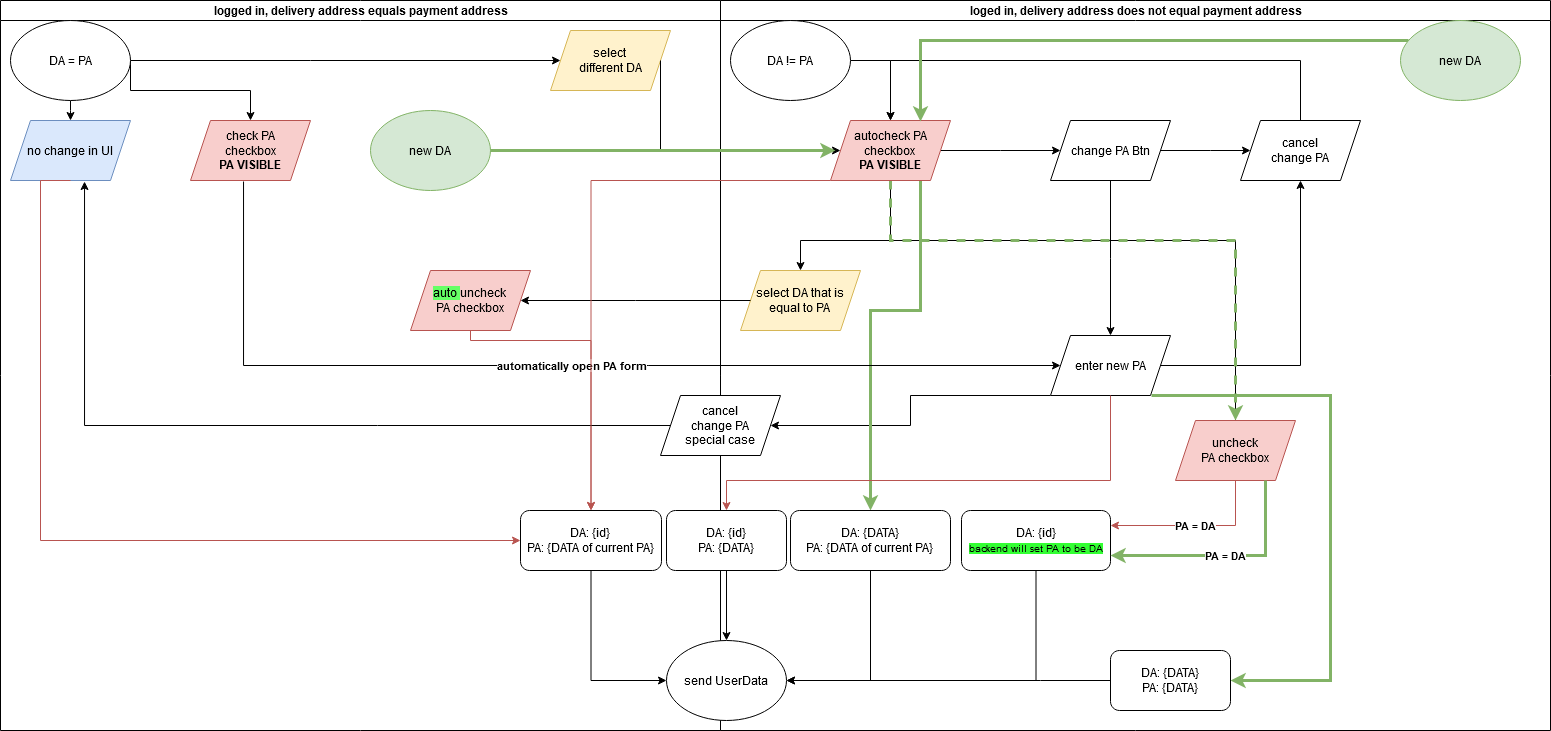
This is Untitled Diagram-Page-3.png from witnessthefitness/charts, a draw.io export, as it was before one commit. Source tidied: cells renumbered, new cells last; positions are measured from the earlier drawing's top-left corner, leaving out a move shared by most shapes.
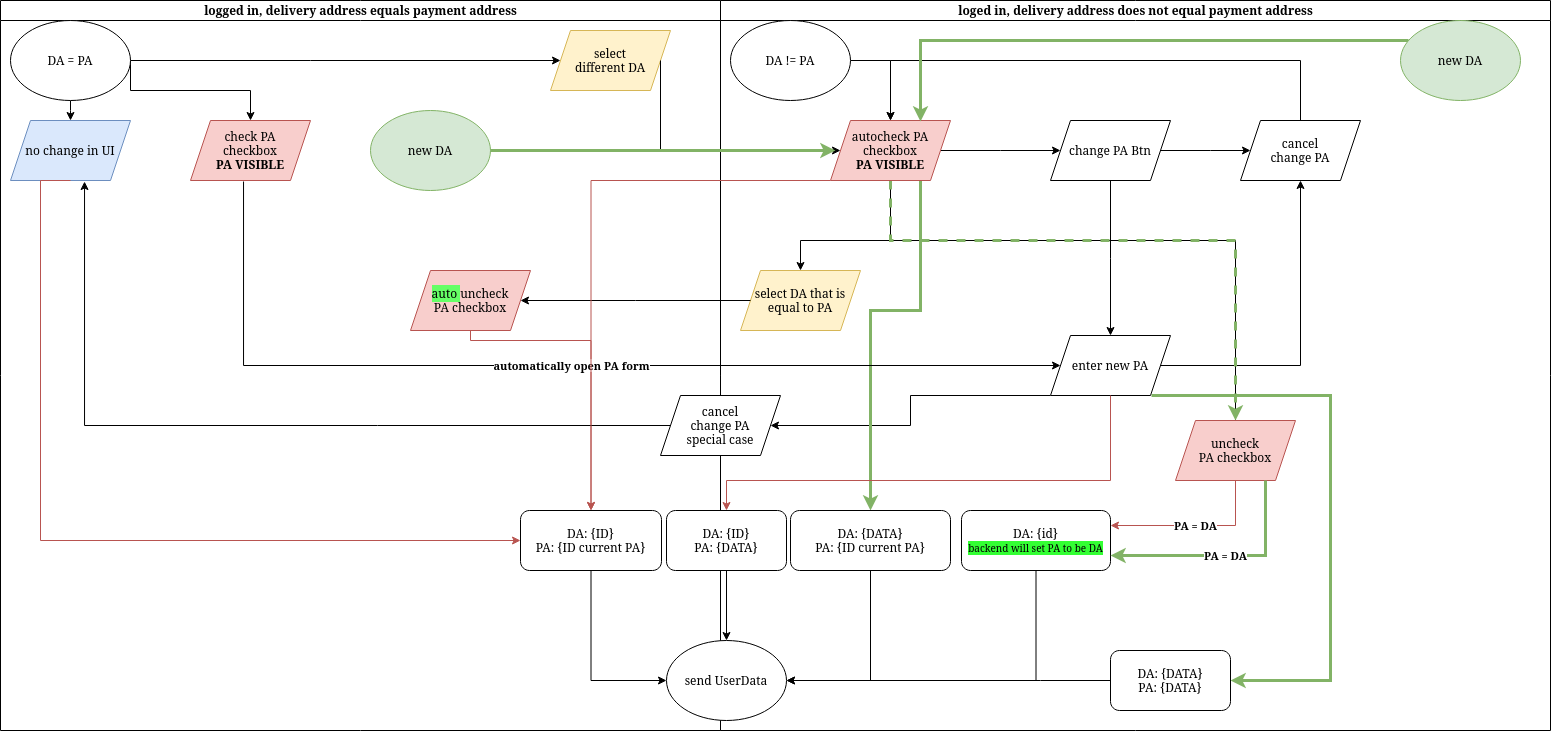
The same file after the commit.

The edit, as a diff of the source:
```diff
@@ -41,7 +41,7 @@
     <mxCell id="12" value="new DA" style="ellipse;whiteSpace=wrap;html=1;fillColor=#d5e8d4;strokeColor=#82b366;" parent="2" vertex="1">
       <mxGeometry x="370" y="110" width="120" height="80" as="geometry" />
     </mxCell>
-    <mxCell id="13" value="&lt;div&gt;&lt;font style=&quot;font-size: 12px&quot;&gt;&lt;font style=&quot;font-size: 12px&quot;&gt;DA: {id}&lt;/font&gt;&lt;/font&gt;&lt;/div&gt;&lt;div&gt;&lt;font style=&quot;font-size: 12px&quot;&gt;&lt;font style=&quot;font-size: 12px&quot;&gt;PA: {DATA of current PA}&lt;br&gt;&lt;/font&gt;&lt;/font&gt;&lt;/div&gt;" style="rounded=1;whiteSpace=wrap;html=1;" parent="2" vertex="1">
+    <mxCell id="13" value="&lt;div&gt;&lt;font style=&quot;font-size: 12px&quot;&gt;&lt;font style=&quot;font-size: 12px&quot;&gt;DA: {ID}&lt;/font&gt;&lt;/font&gt;&lt;/div&gt;&lt;div&gt;&lt;font style=&quot;font-size: 12px&quot;&gt;&lt;font style=&quot;font-size: 12px&quot;&gt;PA: {&lt;/font&gt;&lt;/font&gt;&lt;font style=&quot;font-size: 12px&quot;&gt;&lt;font style=&quot;font-size: 12px&quot;&gt;&lt;font style=&quot;font-size: 12px&quot;&gt;&lt;font style=&quot;font-size: 12px&quot;&gt;ID&lt;/font&gt;&lt;/font&gt; current PA}&lt;br&gt;&lt;/font&gt;&lt;/font&gt;&lt;/div&gt;" style="rounded=1;whiteSpace=wrap;html=1;" parent="2" vertex="1">
       <mxGeometry x="520" y="510" width="141" height="60" as="geometry" />
     </mxCell>
     <mxCell id="14" style="edgeStyle=orthogonalEdgeStyle;rounded=0;jettySize=auto;html=1;exitX=0.5;exitY=1;exitDx=0;exitDy=0;entryX=0;entryY=0.5;entryDx=0;entryDy=0;fillColor=#f8cecc;strokeColor=#b85450;" parent="2" edge="1" source="3" target="13">
@@ -166,10 +166,10 @@
     <mxCell id="37" value="&lt;div&gt;&lt;font style=&quot;font-size: 12px&quot;&gt;&lt;font style=&quot;font-size: 12px&quot;&gt;DA: {DATA}&lt;/font&gt;&lt;/font&gt;&lt;/div&gt;&lt;div&gt;&lt;font style=&quot;font-size: 12px&quot;&gt;&lt;font style=&quot;font-size: 12px&quot;&gt;PA: {DATA}&lt;br&gt;&lt;/font&gt;&lt;/font&gt;&lt;/div&gt;" style="rounded=1;whiteSpace=wrap;html=1;" parent="16" vertex="1">
       <mxGeometry x="390" y="650" width="120" height="60" as="geometry" />
     </mxCell>
-    <mxCell id="38" value="&lt;div&gt;&lt;font style=&quot;font-size: 12px&quot;&gt;&lt;font style=&quot;font-size: 12px&quot;&gt;DA: {DATA}&lt;/font&gt;&lt;/font&gt;&lt;/div&gt;&lt;div&gt;&lt;font style=&quot;font-size: 12px&quot;&gt;&lt;font style=&quot;font-size: 12px&quot;&gt;PA: {DATA of current PA}&lt;br&gt;&lt;/font&gt;&lt;/font&gt;&lt;/div&gt;" style="rounded=1;whiteSpace=wrap;html=1;" parent="16" vertex="1">
+    <mxCell id="38" value="&lt;div&gt;&lt;font style=&quot;font-size: 12px&quot;&gt;&lt;font style=&quot;font-size: 12px&quot;&gt;DA: {DATA}&lt;/font&gt;&lt;/font&gt;&lt;/div&gt;&lt;div&gt;&lt;font style=&quot;font-size: 12px&quot;&gt;&lt;font style=&quot;font-size: 12px&quot;&gt;PA: {&lt;/font&gt;&lt;/font&gt;&lt;font style=&quot;font-size: 12px&quot;&gt;&lt;font style=&quot;font-size: 12px&quot;&gt;&lt;font style=&quot;font-size: 12px&quot;&gt;&lt;font style=&quot;font-size: 12px&quot;&gt;ID&lt;/font&gt;&lt;/font&gt; current PA}&lt;br&gt;&lt;/font&gt;&lt;/font&gt;&lt;/div&gt;" style="rounded=1;whiteSpace=wrap;html=1;" parent="16" vertex="1">
       <mxGeometry x="70" y="510" width="160" height="60" as="geometry" />
     </mxCell>
-    <mxCell id="39" value="&lt;div&gt;&lt;font style=&quot;font-size: 12px&quot;&gt;&lt;font style=&quot;font-size: 12px&quot;&gt;DA: {id}&lt;/font&gt;&lt;/font&gt;&lt;/div&gt;&lt;div&gt;&lt;font style=&quot;font-size: 12px&quot;&gt;&lt;font style=&quot;font-size: 12px&quot;&gt;PA: {DATA}&lt;br&gt;&lt;/font&gt;&lt;/font&gt;&lt;/div&gt;" style="rounded=1;whiteSpace=wrap;html=1;" parent="16" vertex="1">
+    <mxCell id="39" value="&lt;div&gt;&lt;font style=&quot;font-size: 12px&quot;&gt;&lt;font style=&quot;font-size: 12px&quot;&gt;DA: {&lt;/font&gt;&lt;/font&gt;&lt;font style=&quot;font-size: 12px&quot;&gt;&lt;font style=&quot;font-size: 12px&quot;&gt;&lt;font style=&quot;font-size: 12px&quot;&gt;&lt;font style=&quot;font-size: 12px&quot;&gt;ID&lt;/font&gt;&lt;/font&gt;}&lt;/font&gt;&lt;/font&gt;&lt;/div&gt;&lt;div&gt;&lt;font style=&quot;font-size: 12px&quot;&gt;&lt;font style=&quot;font-size: 12px&quot;&gt;PA: {DATA}&lt;br&gt;&lt;/font&gt;&lt;/font&gt;&lt;/div&gt;" style="rounded=1;whiteSpace=wrap;html=1;" parent="16" vertex="1">
       <mxGeometry x="-54" y="510" width="120" height="60" as="geometry" />
     </mxCell>
     <mxCell id="40" style="edgeStyle=elbowEdgeStyle;rounded=0;jettySize=auto;elbow=vertical;html=1;exitX=0.5;exitY=1;exitDx=0;exitDy=0;entryX=0.5;entryY=0;entryDx=0;entryDy=0;endArrow=classic;endFill=1;fillColor=#f8cecc;strokeColor=#b85450;" parent="16" edge="1" source="21" target="39">
```
